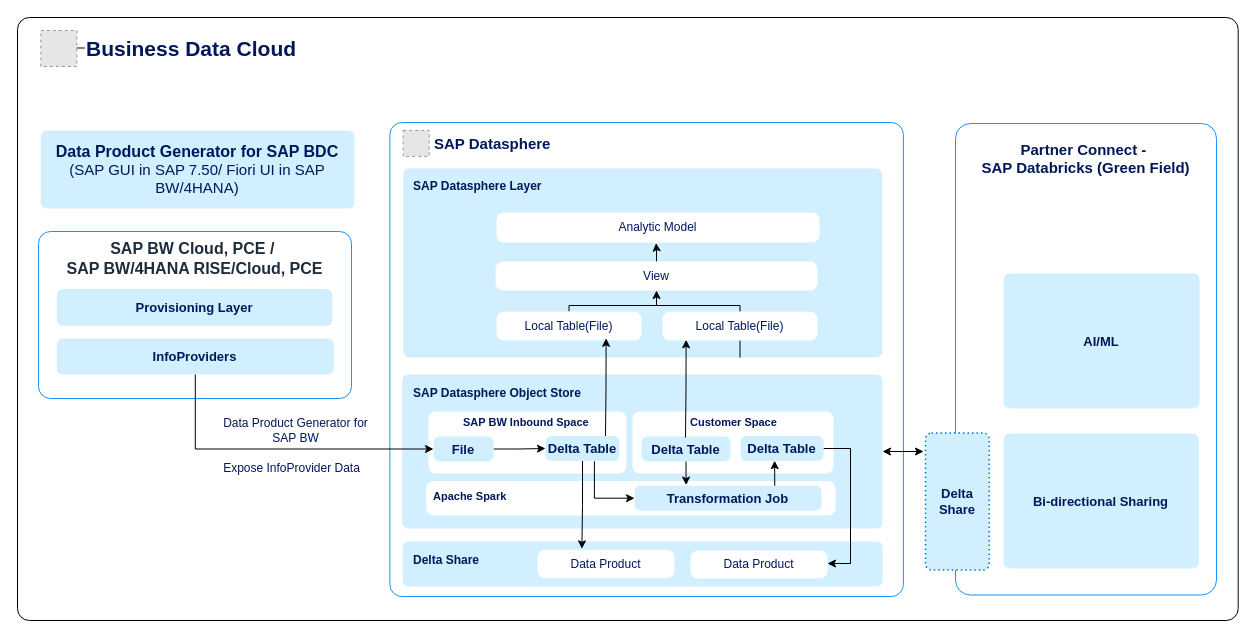
Earlier version of the draw.io diagram docs/ref-arch/RA0013/4-modernizing-sap-bw-with-sap-bdc/drawio/bw-approach-2.drawio (SAP/architecture-center). Source tidied: cells renumbered, new cells numbered last; positions are measured from the earlier drawing's top-left corner, leaving out a move shared by most shapes. Both pictures are drawn from the tidied source at 100%, with x=0, y=0 at pixel (17, 17). Pictures stored in the file or linked from it are replaced by grey dashed boxes.
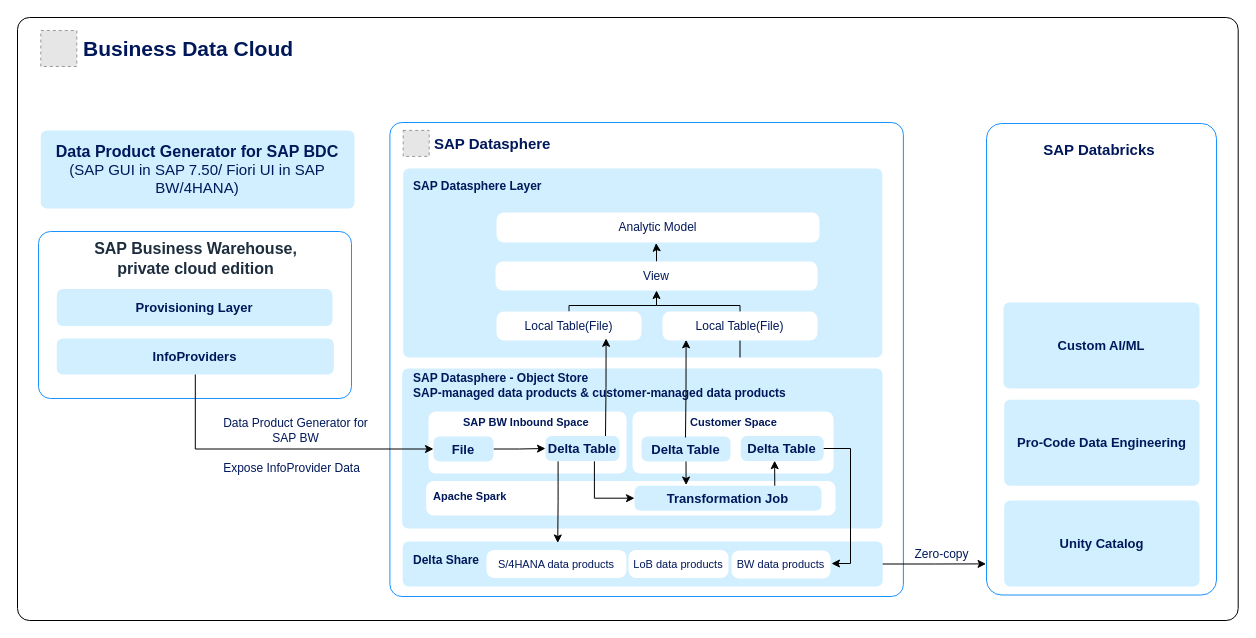
The same diagram, later.

The change refers to these unchanged cells:
```xml
<mxCell id="26" style="fillColor=#E6E6E6;strokeColor=#999999;dashed=1;verticalLabelPosition=bottom;labelBackgroundColor=default;verticalAlign=top;" parent="1" vertex="1">
  <mxGeometry x="23.3" y="13" width="36" height="36" as="geometry" />
</mxCell>
<mxCell id="29" value="&lt;div&gt;&lt;br&gt;&lt;/div&gt;" style="rounded=1;whiteSpace=wrap;html=1;strokeColor=none;fillColor=#D1EFFF;arcSize=12;absoluteArcSize=1;imageWidth=64;imageHeight=64;strokeWidth=1.5;dashed=1;dashPattern=1 2;align=center;verticalAlign=middle;fontFamily=Helvetica;fontSize=11;fontColor=light-dark(#00185A,#CCDDFF);fontStyle=1;gradientColor=none;gradientDirection=south;" parent="1" vertex="1">
  <mxGeometry x="385.2" y="524" width="480" height="45" as="geometry" />
</mxCell>
<mxCell id="33" value="Delta Table" style="rounded=1;whiteSpace=wrap;html=1;strokeColor=none;fillColor=#D1EFFF;arcSize=12;absoluteArcSize=1;imageWidth=64;imageHeight=64;strokeWidth=1.5;dashed=1;dashPattern=1 2;fontSize=13;fontStyle=1;fontColor=light-dark(#00185A,#CCDDFF);align=center;verticalAlign=middle;fontFamily=Helvetica;gradientColor=none;gradientDirection=south;" parent="1" vertex="1">
  <mxGeometry x="528" y="418.5" width="74" height="25" as="geometry" />
</mxCell>
<mxCell id="39" value="&lt;span&gt;Delta Table&lt;/span&gt;" style="rounded=1;whiteSpace=wrap;html=1;strokeColor=none;fillColor=#D1EFFF;arcSize=12;absoluteArcSize=1;imageWidth=64;imageHeight=64;strokeWidth=1.5;dashed=1;dashPattern=1 2;fontSize=13;fontStyle=1;fontColor=light-dark(#00185A,#CCDDFF);align=center;verticalAlign=middle;fontFamily=Helvetica;gradientColor=none;gradientDirection=south;" parent="1" vertex="1">
  <mxGeometry x="723.2" y="418.5" width="83" height="25" as="geometry" />
</mxCell>
```

Change to the diagram source:
```diff
@@
-    <mxCell id="7" value="&lt;font face=&quot;arial&quot; style=&quot;font-size: 16px;&quot;&gt;&lt;b style=&quot;font-size: 16px;&quot;&gt;SAP BW Cloud, PCE /&amp;nbsp;&lt;/b&gt;&lt;/font&gt;&lt;div&gt;&lt;font face=&quot;arial&quot; style=&quot;font-size: 16px;&quot;&gt;&lt;b style=&quot;font-size: 16px;&quot;&gt;SAP BW/4HANA RISE/Cloud, PCE&lt;/b&gt;&lt;/font&gt;&lt;/div&gt;" style="text;html=1;align=center;verticalAlign=middle;strokeColor=none;fillColor=none;fontSize=12;fontColor=#1D2D3E;fontFamily=Helvetica;" parent="1" vertex="1">
-      <mxGeometry x="40.2" y="216" width="274" height="50" as="geometry" />
+    <mxCell id="7" value="&lt;div&gt;&lt;font style=&quot;font-size: 16px;&quot; face=&quot;arial&quot;&gt;&lt;b&gt;SAP Business Warehouse,&lt;/b&gt;&lt;/font&gt;&lt;/div&gt;&lt;div&gt;&lt;font style=&quot;font-size: 16px;&quot; face=&quot;arial&quot;&gt;&lt;b&gt;private cloud edition&lt;/b&gt;&lt;/font&gt;&lt;/div&gt;" style="text;html=1;align=center;verticalAlign=middle;strokeColor=none;fillColor=none;fontSize=12;fontColor=#1D2D3E;fontFamily=Helvetica;" parent="1" vertex="1">
+      <mxGeometry x="67.2" y="216" width="221" height="50" as="geometry" />
     </mxCell>
@@
     <mxCell id="12" value="&lt;div&gt;&lt;br&gt;&lt;/div&gt;" style="rounded=1;whiteSpace=wrap;html=1;strokeColor=none;fillColor=#D1EFFF;arcSize=12;absoluteArcSize=1;imageWidth=64;imageHeight=64;strokeWidth=1.5;dashed=1;dashPattern=1 2;align=center;verticalAlign=middle;fontFamily=Helvetica;fontSize=11;fontColor=light-dark(#00185A,#CCDDFF);fontStyle=1;gradientColor=none;gradientDirection=south;" parent="1" vertex="1">
-      <mxGeometry x="384.7" y="357" width="480.3" height="154" as="geometry" />
+      <mxGeometry x="384.7" y="351" width="480.3" height="160" as="geometry" />
     </mxCell>
@@
-    <mxCell id="14" value="&lt;font face=&quot;arial&quot;&gt;&lt;b&gt;SAP Datasphere&amp;nbsp;&lt;/b&gt;&lt;/font&gt;&lt;b style=&quot;font-family: arial; background-color: transparent;&quot;&gt;Object Store&lt;/b&gt;" style="text;html=1;align=left;verticalAlign=middle;strokeColor=none;fillColor=none;fontSize=12;fontColor=light-dark(#00185A,#C5D9FF);fontFamily=Helvetica;" parent="1" vertex="1">
-      <mxGeometry x="394" y="363" width="186" height="26" as="geometry" />
+    <mxCell id="14" value="&lt;font face=&quot;arial&quot;&gt;&lt;b&gt;SAP Datasphere - Object Store&amp;nbsp;&lt;/b&gt;&lt;/font&gt;&lt;div&gt;&lt;font face=&quot;arial&quot;&gt;&lt;b&gt;SAP-managed data products &amp;amp; customer-managed data products&lt;/b&gt;&lt;/font&gt;&lt;/div&gt;" style="text;html=1;align=left;verticalAlign=middle;strokeColor=none;fillColor=none;fontSize=12;fontColor=light-dark(#00185A,#C5D9FF);fontFamily=Helvetica;" parent="1" vertex="1">
+      <mxGeometry x="394" y="347" width="391" height="41" as="geometry" />
     </mxCell>
@@
-    <mxCell id="19" value="&lt;div&gt;&lt;span style=&quot;background-color: transparent;&quot;&gt;Partner Connect -&amp;nbsp;&lt;/span&gt;&lt;/div&gt;&lt;div&gt;&lt;font&gt;SAP Databricks (Green Field)&lt;/font&gt;&lt;/div&gt;" style="rounded=1;whiteSpace=wrap;html=1;strokeColor=#1B91FF;fillColor=default;arcSize=30;absoluteArcSize=1;imageWidth=64;imageHeight=64;strokeWidth=1;verticalAlign=top;spacingTop=11;fontStyle=1;fontSize=15;fontColor=light-dark(#00185A,#C5D9FF);align=center;fontFamily=Helvetica;gradientColor=none;gradientDirection=south;" parent="1" vertex="1">
-      <mxGeometry x="938" y="106" width="261" height="471.5" as="geometry" />
+    <mxCell id="19" value="&lt;div&gt;&lt;span style=&quot;background-color: transparent; color: light-dark(rgb(0, 24, 90), rgb(197, 217, 255));&quot;&gt;SAP Databricks&amp;nbsp;&lt;/span&gt;&lt;/div&gt;" style="rounded=1;whiteSpace=wrap;html=1;strokeColor=#1B91FF;fillColor=default;arcSize=30;absoluteArcSize=1;imageWidth=64;imageHeight=64;strokeWidth=1;verticalAlign=top;spacingTop=11;fontStyle=1;fontSize=15;fontColor=light-dark(#00185A,#C5D9FF);align=center;fontFamily=Helvetica;gradientColor=none;gradientDirection=south;" parent="1" vertex="1">
+      <mxGeometry x="969" y="106" width="230" height="471.5" as="geometry" />
     </mxCell>
-    <mxCell id="20" value="&lt;span&gt;Delta Share&lt;/span&gt;" style="rounded=1;whiteSpace=wrap;html=1;strokeColor=#0070F2;fillColor=#D1EFFF;arcSize=12;absoluteArcSize=1;imageWidth=64;imageHeight=64;strokeWidth=1.5;dashed=1;dashPattern=1 2;fontStyle=1;fontColor=light-dark(#00185A,#CCDDFF);fontSize=13;align=center;verticalAlign=middle;fontFamily=Helvetica;gradientColor=none;gradientDirection=south;" parent="1" vertex="1">
-      <mxGeometry x="908" y="415.5" width="63.7" height="137" as="geometry" />
-    </mxCell>
-    <mxCell id="21" value="&lt;span&gt;AI/ML&lt;/span&gt;" style="rounded=1;whiteSpace=wrap;html=1;strokeColor=none;fillColor=#D1EFFF;arcSize=12;absoluteArcSize=1;imageWidth=64;imageHeight=64;strokeWidth=1.5;dashed=1;dashPattern=1 2;fontSize=13;fontStyle=1;fontColor=light-dark(#00185A,#CCDDFF);align=center;verticalAlign=middle;fontFamily=Helvetica;gradientColor=none;gradientDirection=south;" parent="1" vertex="1">
-      <mxGeometry x="986" y="256" width="196" height="135" as="geometry" />
+    <mxCell id="21" value="&lt;span&gt;Custom AI/ML&lt;/span&gt;" style="rounded=1;whiteSpace=wrap;html=1;strokeColor=none;fillColor=#D1EFFF;arcSize=12;absoluteArcSize=1;imageWidth=64;imageHeight=64;strokeWidth=1.5;dashed=1;dashPattern=1 2;fontSize=13;fontStyle=1;fontColor=light-dark(#00185A,#CCDDFF);align=center;verticalAlign=middle;fontFamily=Helvetica;gradientColor=none;gradientDirection=south;" parent="1" vertex="1">
+      <mxGeometry x="986" y="285" width="196" height="86" as="geometry" />
     </mxCell>
-    <mxCell id="22" value="&lt;span&gt;Bi-directional Sharing&lt;/span&gt;" style="rounded=1;whiteSpace=wrap;html=1;strokeColor=none;fillColor=#D1EFFF;arcSize=12;absoluteArcSize=1;imageWidth=64;imageHeight=64;strokeWidth=1.5;dashed=1;dashPattern=1 2;fontSize=13;fontStyle=1;fontColor=light-dark(#00185A,#CCDDFF);align=center;verticalAlign=middle;fontFamily=Helvetica;gradientColor=none;gradientDirection=south;" parent="1" vertex="1">
-      <mxGeometry x="986" y="416" width="195.3" height="135" as="geometry" />
+    <mxCell id="22" value="&lt;span&gt;Pro-Code Data Engineering&lt;/span&gt;" style="rounded=1;whiteSpace=wrap;html=1;strokeColor=none;fillColor=#D1EFFF;arcSize=12;absoluteArcSize=1;imageWidth=64;imageHeight=64;strokeWidth=1.5;dashed=1;dashPattern=1 2;fontSize=13;fontStyle=1;fontColor=light-dark(#00185A,#CCDDFF);align=center;verticalAlign=middle;fontFamily=Helvetica;gradientColor=none;gradientDirection=south;" parent="1" vertex="1">
+      <mxGeometry x="986.7" y="382.2" width="195.3" height="86" as="geometry" />
     </mxCell>
-    <mxCell id="23" style="edgeStyle=orthogonalEdgeStyle;rounded=0;jettySize=auto;html=1;" parent="1" edge="1" source="24" target="26">
-      <mxGeometry relative="1" as="geometry" />
-    </mxCell>
     <mxCell id="24" value="&lt;p style=&quot;language:en-US;margin-top:0pt;margin-bottom:0pt;margin-left:0in;&lt;br/&gt;text-align:left;direction:ltr;unicode-bidi:embed;vertical-align:baseline;&lt;br/&gt;mso-line-break-override:none;word-break:normal;punctuation-wrap:hanging&quot;&gt;&lt;b style=&quot;font-family: arial; text-align: center; text-wrap-mode: nowrap;&quot;&gt;Business Data Cloud&lt;/b&gt;&lt;/p&gt;" style="text;whiteSpace=wrap;html=1;fontColor=light-dark(#00185A,#C5D9FF);fontSize=21;verticalAlign=middle;" parent="1" vertex="1">
-      <mxGeometry x="67.3" y="21" width="109" height="19" as="geometry" />
+      <mxGeometry x="64" y="21.5" width="109" height="19" as="geometry" />
     </mxCell>
@@
-    <mxCell id="40" value="Data Product" style="rounded=1;whiteSpace=wrap;html=1;strokeColor=none;fillColor=#FFFFFF;arcSize=15;absoluteArcSize=1;imageWidth=64;imageHeight=64;strokeWidth=1.5;fontColor=#00185A;align=center;verticalAlign=middle;spacingTop=0;spacing=0;fontFamily=Arial;fontSize=12;fontStyle=0;" parent="1" vertex="1">
-      <mxGeometry x="520" y="532.5" width="137" height="28" as="geometry" />
+    <mxCell id="40" value="&lt;font style=&quot;font-size: 11px;&quot;&gt;S/4HANA data products&lt;/font&gt;" style="rounded=1;whiteSpace=wrap;html=1;strokeColor=none;fillColor=#FFFFFF;arcSize=15;absoluteArcSize=1;imageWidth=64;imageHeight=64;strokeWidth=1.5;fontColor=#00185A;align=center;verticalAlign=middle;spacingTop=0;spacing=0;fontFamily=Arial;fontSize=12;fontStyle=0;" parent="1" vertex="1">
+      <mxGeometry x="469" y="532.5" width="140" height="28" as="geometry" />
     </mxCell>
-    <mxCell id="41" value="Data Product" style="rounded=1;whiteSpace=wrap;html=1;strokeColor=none;fillColor=#FFFFFF;arcSize=15;absoluteArcSize=1;imageWidth=64;imageHeight=64;strokeWidth=1.5;fontColor=#00185A;align=center;verticalAlign=middle;spacingTop=0;spacing=0;fontFamily=Arial;fontSize=12;fontStyle=0;" parent="1" vertex="1">
-      <mxGeometry x="673" y="533" width="137" height="28" as="geometry" />
+    <mxCell id="41" value="&lt;font style=&quot;font-size: 11px;&quot;&gt;BW data products&lt;/font&gt;" style="rounded=1;whiteSpace=wrap;html=1;strokeColor=none;fillColor=#FFFFFF;arcSize=15;absoluteArcSize=1;imageWidth=64;imageHeight=64;strokeWidth=1.5;fontColor=#00185A;align=center;verticalAlign=middle;spacingTop=0;spacing=0;fontFamily=Arial;fontSize=12;fontStyle=0;" parent="1" vertex="1">
+      <mxGeometry x="714" y="533" width="99" height="28" as="geometry" />
     </mxCell>
@@
-    <mxCell id="49" style="edgeStyle=orthogonalEdgeStyle;rounded=0;jettySize=auto;html=1;entryX=0.324;entryY=-0.042;entryDx=0;entryDy=0;entryPerimeter=0;" parent="1" edge="1" source="33" target="40">
+    <mxCell id="49" style="edgeStyle=orthogonalEdgeStyle;rounded=0;jettySize=auto;html=1;entryX=0.323;entryY=0.033;entryDx=0;entryDy=0;entryPerimeter=0;exitX=0.17;exitY=1.014;exitDx=0;exitDy=0;exitPerimeter=0;" parent="1" edge="1" source="33" target="29">
       <mxGeometry relative="1" as="geometry" />
     </mxCell>
@@
     <mxCell id="51" style="edgeStyle=orthogonalEdgeStyle;rounded=0;jettySize=auto;html=1;exitX=1;exitY=0.5;exitDx=0;exitDy=0;" parent="1" edge="1" source="39">
       <mxGeometry relative="1" as="geometry">
-        <mxPoint x="810" y="546" as="targetPoint" />
+        <mxPoint x="814" y="546" as="targetPoint" />
         <Array as="points">
           <mxPoint x="833" y="431" />
           <mxPoint x="833" y="546" />
         </Array>
       </mxGeometry>
     </mxCell>
@@
-    <mxCell id="56" style="rounded=0;jettySize=auto;html=1;endArrow=classic;endFill=1;edgeStyle=orthogonalEdgeStyle;startArrow=classic;startFill=1;" parent="1" edge="1" source="12">
-      <mxGeometry relative="1" as="geometry">
-        <mxPoint x="906" y="434" as="targetPoint" />
-      </mxGeometry>
-    </mxCell>
+    <mxCell id="57" value="&lt;span&gt;Unity Catalog&lt;/span&gt;" style="rounded=1;whiteSpace=wrap;html=1;strokeColor=none;fillColor=#D1EFFF;arcSize=12;absoluteArcSize=1;imageWidth=64;imageHeight=64;strokeWidth=1.5;dashed=1;dashPattern=1 2;fontSize=13;fontStyle=1;fontColor=light-dark(#00185A,#CCDDFF);align=center;verticalAlign=middle;fontFamily=Helvetica;gradientColor=none;gradientDirection=south;" parent="1" vertex="1">
+      <mxGeometry x="986.7" y="483" width="195.3" height="86" as="geometry" />
+    </mxCell>
+    <mxCell id="58" style="edgeStyle=orthogonalEdgeStyle;rounded=0;jettySize=auto;html=1;entryX=-0.002;entryY=0.934;entryDx=0;entryDy=0;entryPerimeter=0;" parent="1" edge="1" source="29" target="19">
+      <mxGeometry relative="1" as="geometry" />
+    </mxCell>
+    <mxCell id="59" value="&lt;font face=&quot;arial&quot;&gt;&lt;span&gt;Zero-copy&lt;/span&gt;&lt;/font&gt;" style="text;html=1;align=center;verticalAlign=middle;strokeColor=none;fillColor=none;fontSize=12;fontColor=light-dark(#00185A,#C5D9FF);fontFamily=Helvetica;" parent="1" vertex="1">
+      <mxGeometry x="888" y="524" width="72" height="26" as="geometry" />
+    </mxCell>
+    <mxCell id="60" value="&lt;font style=&quot;font-size: 11px;&quot;&gt;LoB data products&lt;/font&gt;" style="rounded=1;whiteSpace=wrap;html=1;strokeColor=none;fillColor=#FFFFFF;arcSize=15;absoluteArcSize=1;imageWidth=64;imageHeight=64;strokeWidth=1.5;fontColor=#00185A;align=center;verticalAlign=middle;spacingTop=0;spacing=0;fontFamily=Arial;fontSize=12;fontStyle=0;" parent="1" vertex="1">
+      <mxGeometry x="611" y="532.5" width="100" height="28" as="geometry" />
+    </mxCell>
```
